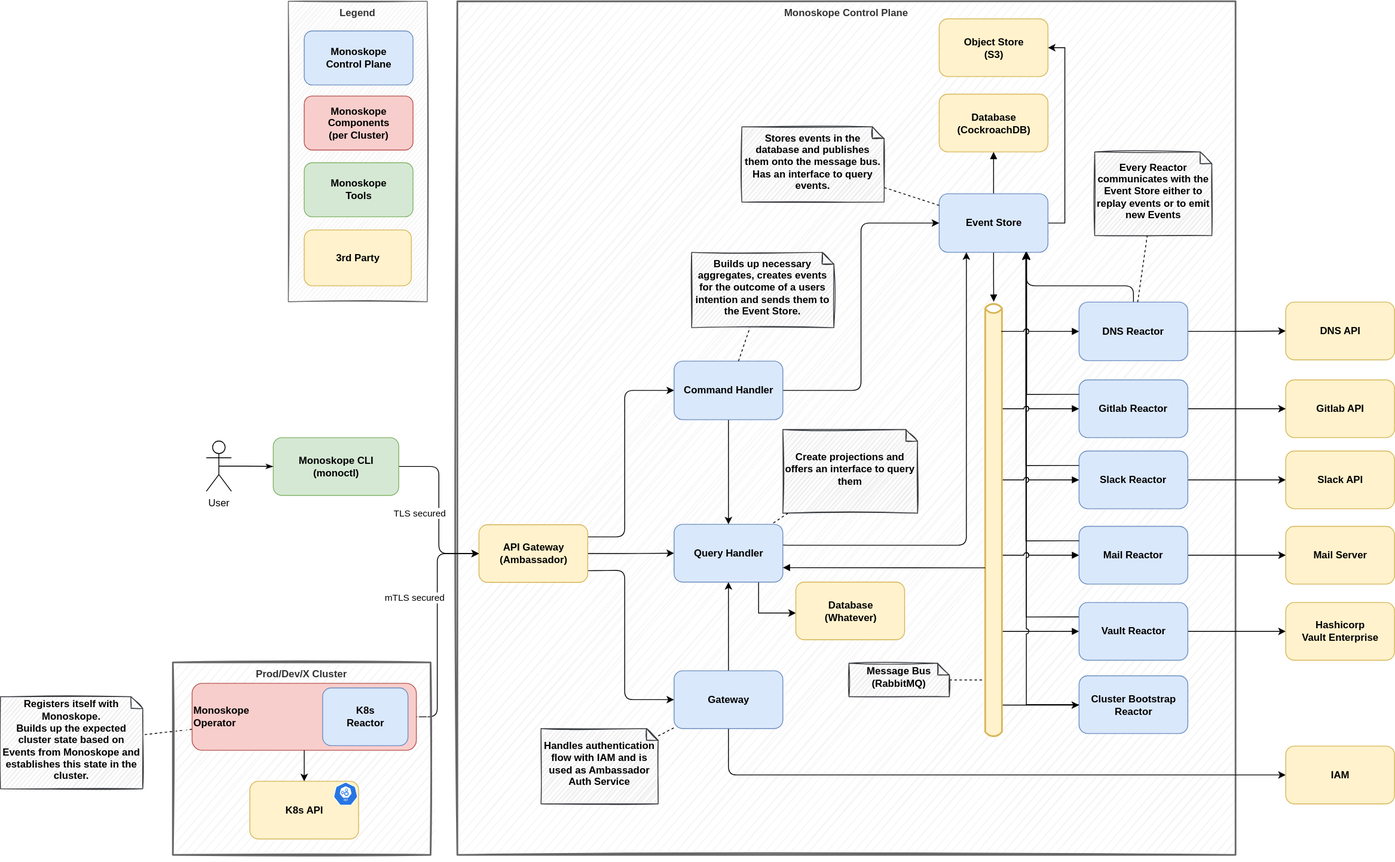
Above: docs/diagrams/00-monoskope-architecture.drawio.svg in finleap-connect/monoskope (draw.io), before the change. Source tidied: cells renumbered, new cells last; positions are measured from the earlier drawing's top-left corner, leaving out a move shared by most shapes.
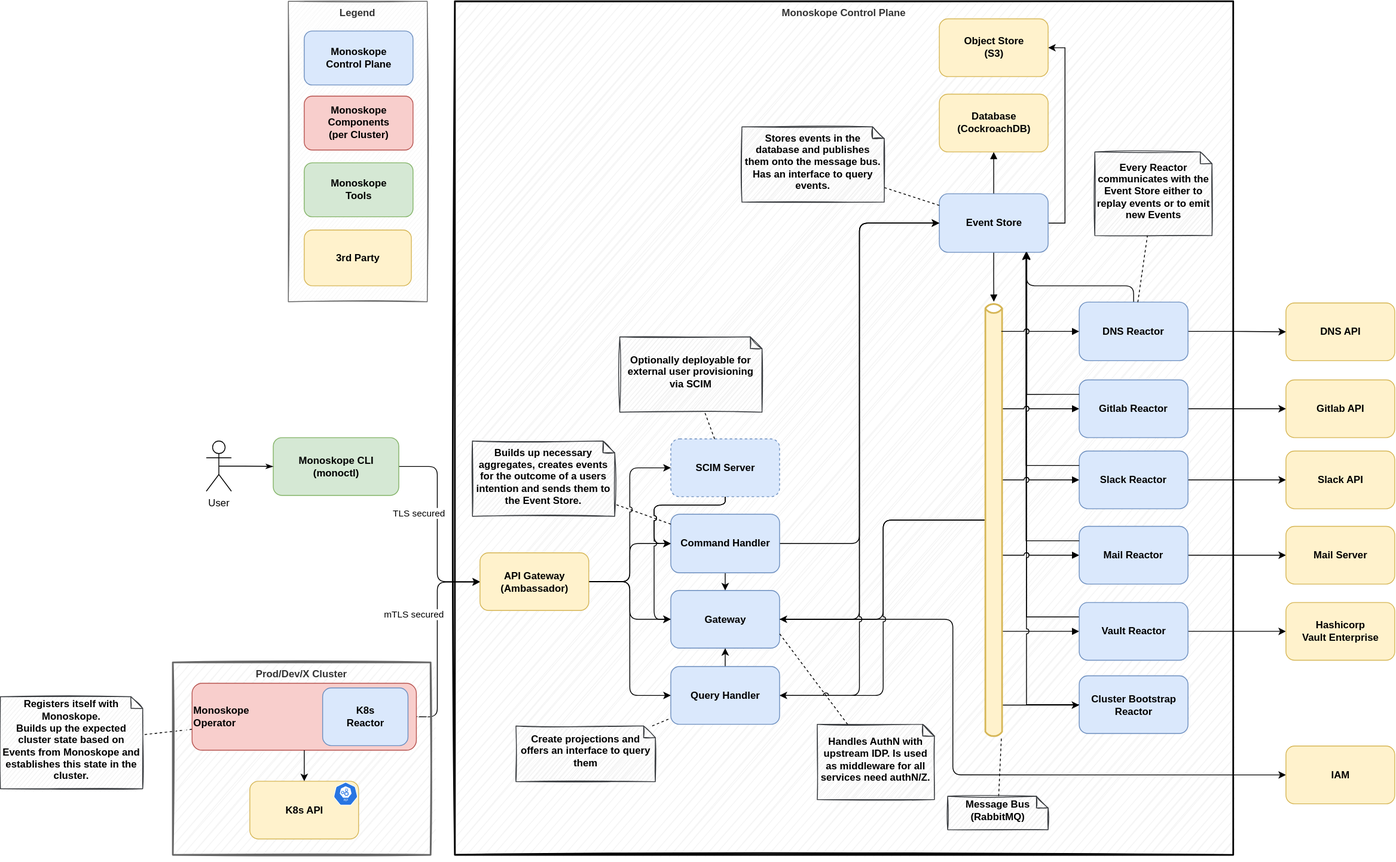
After the change.

Change to the diagram source:
```diff
@@ -2,27 +2,33 @@
   <root>
     <mxCell id="0" />
     <mxCell id="1" parent="0" />
-    <mxCell id="2" value="Monoskope Control Plane" style="rounded=0;whiteSpace=wrap;html=1;horizontal=1;verticalAlign=top;fontStyle=1;align=center;labelPosition=center;verticalLabelPosition=middle;strokeWidth=2;labelBackgroundColor=none;shadow=0;sketch=1;fillColor=#f5f5f5;strokeColor=#666666;fontColor=#333333;" parent="1" vertex="1">
-      <mxGeometry x="546" width="930" height="1020" as="geometry" />
+    <mxCell id="2" value="Monoskope Control Plane" style="rounded=0;whiteSpace=wrap;html=1;horizontal=1;verticalAlign=top;fontStyle=1;align=center;labelPosition=center;verticalLabelPosition=middle;strokeWidth=2;labelBackgroundColor=none;shadow=0;sketch=1;fillColor=#f5f5f5;strokeColor=default;fontColor=#333333;" parent="1" vertex="1">
+      <mxGeometry x="543" width="930" height="1020" as="geometry" />
     </mxCell>
     <mxCell id="3" style="edgeStyle=orthogonalEdgeStyle;jettySize=auto;html=1;entryX=0;entryY=0.5;entryDx=0;entryDy=0;" parent="1" edge="1" source="4" target="65">
-      <mxGeometry relative="1" as="geometry" />
+      <mxGeometry relative="1" as="geometry">
+        <Array as="points">
+          <mxPoint x="522" y="556" />
+          <mxPoint x="522" y="694" />
+        </Array>
+      </mxGeometry>
     </mxCell>
     <mxCell id="4" value="&lt;div&gt;Monoskope CLI&lt;/div&gt;&lt;div&gt;(monoctl)&lt;br&gt;&lt;/div&gt;" style="html=1;align=center;fillColor=#d5e8d4;strokeColor=#82b366;fontStyle=1;rounded=1;" parent="1" vertex="1">
       <mxGeometry x="326" y="521.4" width="150" height="69" as="geometry" />
     </mxCell>
+    <mxCell id="97" style="edgeStyle=orthogonalEdgeStyle;rounded=1;jumpStyle=arc;jettySize=auto;html=1;entryX=0;entryY=0.5;entryDx=0;entryDy=0;" parent="1" edge="1" source="7" target="12">
+      <mxGeometry relative="1" as="geometry" />
+    </mxCell>
-    <mxCell id="5" style="edgeStyle=orthogonalEdgeStyle;jettySize=auto;html=1;exitX=0.5;exitY=1;exitDx=0;exitDy=0;entryX=0;entryY=0.5;entryDx=0;entryDy=0;" parent="1" edge="1" source="7" target="30">
+    <mxCell id="5" style="edgeStyle=orthogonalEdgeStyle;rounded=1;jumpStyle=arc;jettySize=auto;html=1;entryX=0;entryY=0.5;entryDx=0;entryDy=0;" parent="1" edge="1" source="7" target="30">
       <mxGeometry relative="1" as="geometry">
         <Array as="points">
-          <mxPoint x="870" y="925" />
+          <mxPoint x="1138" y="739" />
+          <mxPoint x="1138" y="925" />
         </Array>
       </mxGeometry>
     </mxCell>
-    <mxCell id="6" style="edgeStyle=orthogonalEdgeStyle;rounded=0;jettySize=auto;html=1;entryX=0.5;entryY=1;entryDx=0;entryDy=0;" parent="1" edge="1" source="7" target="51">
-      <mxGeometry relative="1" as="geometry" />
-    </mxCell>
     <mxCell id="7" value="&lt;div&gt;Gateway&lt;/div&gt;" style="html=1;align=center;fillColor=#dae8fc;strokeColor=#6c8ebf;fontStyle=1;rounded=1;" parent="1" vertex="1">
-      <mxGeometry x="805" y="800" width="130" height="69" as="geometry" />
+      <mxGeometry x="801" y="704" width="130" height="69" as="geometry" />
     </mxCell>
     <mxCell id="8" style="edgeStyle=none;jettySize=auto;html=1;startArrow=none;startFill=0;endArrow=block;endFill=1;" parent="1" edge="1" source="12" target="52">
       <mxGeometry relative="1" as="geometry" />
@@ -93,9 +99,6 @@
     <mxCell id="24" style="jettySize=auto;html=1;startArrow=none;startFill=0;endArrow=none;endFill=0;dashed=1;" parent="1" edge="1" source="25" target="40">
       <mxGeometry relative="1" as="geometry" />
     </mxCell>
-    <mxCell id="25" value="Message Bus&lt;br&gt;&lt;div&gt;(RabbitMQ)&lt;/div&gt;" style="shape=note;whiteSpace=wrap;html=1;size=14;verticalAlign=middle;align=center;spacingTop=-6;rounded=1;fillColor=#eeeeee;strokeColor=#36393d;fontStyle=1;sketch=1;" parent="1" vertex="1">
-      <mxGeometry x="1014" y="791" width="120" height="40" as="geometry" />
-    </mxCell>
     <mxCell id="26" value="Gitlab API" style="html=1;align=center;fillColor=#fff2cc;strokeColor=#d6b656;fontStyle=1;rounded=1;" parent="1" vertex="1">
       <mxGeometry x="1536" y="452.4" width="130" height="69" as="geometry" />
     </mxCell>
@@ -143,19 +146,25 @@
         </Array>
       </mxGeometry>
     </mxCell>
+    <mxCell id="98" style="edgeStyle=orthogonalEdgeStyle;rounded=1;jumpStyle=arc;jettySize=auto;html=1;" parent="1" edge="1" source="40" target="51">
+      <mxGeometry relative="1" as="geometry" />
+    </mxCell>
+    <mxCell id="99" style="edgeStyle=orthogonalEdgeStyle;rounded=1;jumpStyle=arc;jettySize=auto;html=1;" parent="1" edge="1" source="40" target="7">
+      <mxGeometry relative="1" as="geometry" />
+    </mxCell>
     <mxCell id="40" style="html=1;outlineConnect=0;gradientDirection=north;strokeWidth=2;shape=mxgraph.networks.bus;gradientDirection=north;perimeter=backbonePerimeter;backboneSize=20;rotation=-90;fillColor=#fff2cc;shadow=0;strokeColor=#d6b656;rounded=1;" parent="1" vertex="1">
       <mxGeometry x="926" y="611.7" width="521.7" height="16.5" as="geometry" />
     </mxCell>
     <mxCell id="41" value="DNS API" style="html=1;align=center;fillColor=#fff2cc;strokeColor=#d6b656;fontStyle=1;rounded=1;" parent="1" vertex="1">
-      <mxGeometry x="1536" y="359.5" width="130" height="69" as="geometry" />
+      <mxGeometry x="1536" y="360.5" width="130" height="69" as="geometry" />
     </mxCell>
     <mxCell id="42" style="edgeStyle=orthogonalEdgeStyle;jettySize=auto;html=1;entryX=0;entryY=0.5;entryDx=0;entryDy=0;startArrow=none;startFill=0;endArrow=classic;endFill=1;exitX=1;exitY=0.5;exitDx=0;exitDy=0;" parent="1" edge="1" source="46" target="41">
       <mxGeometry relative="1" as="geometry" />
     </mxCell>
-    <mxCell id="43" value="Handles authentication flow with IAM and is used as Ambassador Auth Service" style="shape=note;whiteSpace=wrap;html=1;size=14;verticalAlign=middle;align=center;spacingTop=-6;rounded=1;fontStyle=1;fillColor=#eeeeee;strokeColor=#36393d;sketch=1;" parent="1" vertex="1">
-      <mxGeometry x="646" y="869" width="140" height="90" as="geometry" />
+    <mxCell id="43" value="Handles AuthN with upstream IDP. Is used as middleware for all services need authN/Z." style="shape=note;whiteSpace=wrap;html=1;size=14;verticalAlign=middle;align=center;spacingTop=-6;rounded=1;fontStyle=1;fillColor=#eeeeee;strokeColor=#36393d;sketch=1;" parent="1" vertex="1">
+      <mxGeometry x="976" y="864" width="140" height="90" as="geometry" />
     </mxCell>
-    <mxCell id="44" style="jettySize=auto;html=1;endArrow=none;endFill=0;dashed=1;" parent="1" edge="1" source="43" target="7">
+    <mxCell id="44" style="jettySize=auto;html=1;endArrow=none;endFill=0;dashed=1;entryX=1;entryY=0.75;entryDx=0;entryDy=0;" parent="1" edge="1" source="43" target="7">
       <mxGeometry relative="1" as="geometry" />
     </mxCell>
     <mxCell id="45" style="edgeStyle=orthogonalEdgeStyle;jettySize=auto;html=1;startArrow=none;startFill=0;" parent="1" edge="1" source="46" target="12">
@@ -175,44 +184,35 @@
     <mxCell id="48" style="jettySize=auto;html=1;endArrow=none;endFill=0;dashed=1;" parent="1" edge="1" source="46" target="47">
       <mxGeometry relative="1" as="geometry" />
     </mxCell>
+    <mxCell id="100" style="edgeStyle=orthogonalEdgeStyle;rounded=1;jumpStyle=arc;jettySize=auto;html=1;" parent="1" edge="1" source="51" target="7">
+      <mxGeometry relative="1" as="geometry" />
+    </mxCell>
-    <mxCell id="49" style="edgeStyle=orthogonalEdgeStyle;jettySize=auto;html=1;exitX=0.994;exitY=0.345;exitDx=0;exitDy=0;entryX=0.25;entryY=1;entryDx=0;entryDy=0;exitPerimeter=0;" parent="1" edge="1" source="51" target="12">
-      <mxGeometry relative="1" as="geometry">
-        <Array as="points">
-          <mxPoint x="934" y="650" />
-          <mxPoint x="1154" y="650" />
-        </Array>
-      </mxGeometry>
+    <mxCell id="49" style="edgeStyle=orthogonalEdgeStyle;rounded=1;jumpStyle=arc;jettySize=auto;html=1;entryX=0;entryY=0.5;entryDx=0;entryDy=0;" parent="1" edge="1" source="51" target="12">
+      <mxGeometry relative="1" as="geometry" />
     </mxCell>
-    <mxCell id="50" style="edgeStyle=orthogonalEdgeStyle;rounded=0;jettySize=auto;html=1;" parent="1" edge="1" source="51" target="96">
-      <mxGeometry relative="1" as="geometry">
-        <Array as="points">
-          <mxPoint x="906" y="731" />
-        </Array>
-      </mxGeometry>
-    </mxCell>
     <mxCell id="51" value="Query Handler" style="html=1;align=center;fillColor=#dae8fc;strokeColor=#6c8ebf;fontStyle=1;rounded=1;" parent="1" vertex="1">
-      <mxGeometry x="805" y="625" width="130" height="69" as="geometry" />
+      <mxGeometry x="801" y="795" width="130" height="69" as="geometry" />
     </mxCell>
     <mxCell id="52" value="Database&lt;br&gt;(CockroachDB)" style="html=1;align=center;fillColor=#fff2cc;strokeColor=#d6b656;fontStyle=1;rounded=1;" parent="1" vertex="1">
       <mxGeometry x="1121.8" y="111" width="130" height="69" as="geometry" />
     </mxCell>
     <mxCell id="53" value="Create projections and offers an interface to query them" style="shape=note;whiteSpace=wrap;html=1;size=14;verticalAlign=middle;align=center;spacingTop=-6;rounded=1;fillColor=#eeeeee;strokeColor=#36393d;fontStyle=1;sketch=1;" parent="1" vertex="1">
-      <mxGeometry x="935" y="511.7" width="161" height="100" as="geometry" />
+      <mxGeometry x="616" y="866" width="166.5" height="66.6" as="geometry" />
     </mxCell>
     <mxCell id="54" style="jettySize=auto;html=1;endArrow=none;endFill=0;dashed=1;" parent="1" edge="1" source="53" target="51">
       <mxGeometry relative="1" as="geometry" />
     </mxCell>
-    <mxCell id="55" style="edgeStyle=orthogonalEdgeStyle;jettySize=auto;html=1;entryX=0.5;entryY=0;entryDx=0;entryDy=0;" parent="1" edge="1" source="57" target="51">
-      <mxGeometry relative="1" as="geometry" />
-    </mxCell>
+    <mxCell id="101" style="edgeStyle=orthogonalEdgeStyle;rounded=1;jumpStyle=arc;jettySize=auto;html=1;entryX=0.5;entryY=0;entryDx=0;entryDy=0;" parent="1" edge="1" source="57" target="7">
+      <mxGeometry relative="1" as="geometry" />
+    </mxCell>
-    <mxCell id="56" style="edgeStyle=orthogonalEdgeStyle;jettySize=auto;html=1;entryX=0;entryY=0.5;entryDx=0;entryDy=0;" parent="1" edge="1" source="57" target="12">
+    <mxCell id="56" style="edgeStyle=orthogonalEdgeStyle;rounded=1;jumpStyle=arc;jettySize=auto;html=1;entryX=0;entryY=0.5;entryDx=0;entryDy=0;" parent="1" edge="1" source="57" target="12">
       <mxGeometry relative="1" as="geometry" />
     </mxCell>
     <mxCell id="57" value="Command Handler" style="html=1;align=center;fillColor=#dae8fc;strokeColor=#6c8ebf;fontStyle=1;rounded=1;" parent="1" vertex="1">
-      <mxGeometry x="805" y="430" width="130" height="70" as="geometry" />
+      <mxGeometry x="801" y="613" width="130" height="70" as="geometry" />
     </mxCell>
     <mxCell id="58" value="Builds up necessary aggregates, creates events for the outcome of a users intention and sends them to the Event Store." style="shape=note;whiteSpace=wrap;html=1;size=14;verticalAlign=middle;align=center;spacingTop=-6;rounded=1;fillColor=#eeeeee;strokeColor=#36393d;fontStyle=1;sketch=1;" parent="1" vertex="1">
-      <mxGeometry x="826" y="300" width="170" height="90" as="geometry" />
+      <mxGeometry x="564" y="525.5" width="170" height="90" as="geometry" />
     </mxCell>
     <mxCell id="59" style="jettySize=auto;html=1;endArrow=none;endFill=0;dashed=1;" parent="1" edge="1" source="57" target="58">
       <mxGeometry relative="1" as="geometry" />
@@ -223,36 +223,21 @@
     <mxCell id="61" style="jettySize=auto;html=1;endArrow=none;endFill=0;dashed=1;" parent="1" edge="1" source="12" target="60">
       <mxGeometry relative="1" as="geometry" />
     </mxCell>
+    <mxCell id="102" style="edgeStyle=orthogonalEdgeStyle;rounded=1;jumpStyle=arc;jettySize=auto;html=1;entryX=0;entryY=0.5;entryDx=0;entryDy=0;" parent="1" edge="1" source="65" target="105">
+      <mxGeometry relative="1" as="geometry" />
+    </mxCell>
+    <mxCell id="64" style="edgeStyle=orthogonalEdgeStyle;rounded=1;jumpStyle=arc;jettySize=auto;html=1;entryX=0;entryY=0.5;entryDx=0;entryDy=0;" parent="1" edge="1" source="65" target="51">
+      <mxGeometry relative="1" as="geometry" />
+    </mxCell>
-    <mxCell id="62" style="edgeStyle=orthogonalEdgeStyle;jettySize=auto;html=1;entryX=0;entryY=0.5;entryDx=0;entryDy=0;" parent="1" edge="1" source="65" target="57">
-      <mxGeometry relative="1" as="geometry">
-        <Array as="points">
-          <mxPoint x="746" y="640" />
-          <mxPoint x="746" y="465" />
-        </Array>
-      </mxGeometry>
+    <mxCell id="62" style="edgeStyle=orthogonalEdgeStyle;rounded=1;jumpStyle=arc;jettySize=auto;html=1;" parent="1" edge="1" source="65" target="57">
+      <mxGeometry relative="1" as="geometry" />
     </mxCell>
-    <mxCell id="63" style="edgeStyle=orthogonalEdgeStyle;jettySize=auto;html=1;exitX=0.991;exitY=0.797;exitDx=0;exitDy=0;exitPerimeter=0;" parent="1" edge="1" source="65" target="7">
-      <mxGeometry relative="1" as="geometry">
-        <Array as="points">
-          <mxPoint x="702" y="680" />
-          <mxPoint x="746" y="680" />
-          <mxPoint x="746" y="835" />
-        </Array>
-      </mxGeometry>
+    <mxCell id="63" style="edgeStyle=orthogonalEdgeStyle;rounded=1;jumpStyle=arc;jettySize=auto;html=1;" parent="1" edge="1" source="65" target="7">
+      <mxGeometry relative="1" as="geometry" />
     </mxCell>
-    <mxCell id="64" style="edgeStyle=orthogonalEdgeStyle;jettySize=auto;html=1;entryX=0;entryY=0.5;entryDx=0;entryDy=0;" parent="1" edge="1" source="65" target="51">
-      <mxGeometry relative="1" as="geometry" />
-    </mxCell>
     <mxCell id="65" value="&lt;div&gt;API Gateway&lt;/div&gt;&lt;div&gt;(Ambassador)&lt;/div&gt;" style="html=1;align=center;fillColor=#fff2cc;strokeColor=#d6b656;fontStyle=1;rounded=1;" parent="1" vertex="1">
-      <mxGeometry x="571.8" y="625.4" width="130" height="69" as="geometry" />
+      <mxGeometry x="573" y="659" width="130" height="69" as="geometry" />
     </mxCell>
-    <mxCell id="66" style="jettySize=auto;html=1;startArrow=block;startFill=1;endArrow=none;endFill=0;exitX=1;exitY=0.75;exitDx=0;exitDy=0;jumpStyle=arc;" parent="1" edge="1" source="51" target="40">
-      <mxGeometry relative="1" as="geometry">
-        <Array as="points">
-          <mxPoint x="1056" y="677" />
-        </Array>
-      </mxGeometry>
-    </mxCell>
     <mxCell id="67" value="&lt;div&gt;Registers itself with Monoskope.&lt;/div&gt;&lt;div&gt;Builds up the expected cluster state based on Events from Monoskope and establishes this state in the cluster.&lt;br&gt;&lt;/div&gt;" style="shape=note;whiteSpace=wrap;html=1;size=14;verticalAlign=middle;align=center;spacingTop=-6;rounded=1;fontStyle=1;labelBorderColor=none;labelBackgroundColor=none;fillColor=#eeeeee;strokeColor=#36393d;sketch=1;" parent="1" vertex="1">
       <mxGeometry y="831" width="170" height="110" as="geometry" />
     </mxCell>
@@ -284,7 +269,8 @@
       <mxGeometry relative="1" as="geometry">
         <Array as="points">
           <mxPoint x="522" y="855" />
-          <mxPoint x="522" y="660" />
+          <mxPoint x="522" y="694" />
+          <mxPoint x="573" y="694" />
         </Array>
       </mxGeometry>
     </mxCell>
@@ -347,8 +333,35 @@
     <mxCell id="95" style="edgeStyle=orthogonalEdgeStyle;jettySize=auto;html=1;" parent="87" edge="1" source="93" target="90">
       <mxGeometry relative="1" as="geometry" />
     </mxCell>
-    <mxCell id="96" value="Database&lt;br&gt;(Whatever)" style="html=1;align=center;fillColor=#fff2cc;strokeColor=#d6b656;fontStyle=1;rounded=1;" parent="1" vertex="1">
-      <mxGeometry x="950.5" y="694" width="130" height="69" as="geometry" />
-    </mxCell>
+    <mxCell id="103" style="edgeStyle=orthogonalEdgeStyle;rounded=1;jumpStyle=arc;jettySize=auto;html=1;entryX=0;entryY=0.5;entryDx=0;entryDy=0;" parent="1" edge="1" source="105" target="57">
+      <mxGeometry relative="1" as="geometry">
+        <Array as="points">
+          <mxPoint x="866" y="602" />
+          <mxPoint x="781" y="602" />
+          <mxPoint x="781" y="648" />
+        </Array>
+      </mxGeometry>
+    </mxCell>
+    <mxCell id="104" style="edgeStyle=orthogonalEdgeStyle;rounded=1;jumpStyle=arc;jettySize=auto;html=1;entryX=0;entryY=0.5;entryDx=0;entryDy=0;" parent="1" edge="1" source="105" target="7">
+      <mxGeometry relative="1" as="geometry">
+        <Array as="points">
+          <mxPoint x="866" y="602" />
+          <mxPoint x="781" y="602" />
+          <mxPoint x="781" y="739" />
+        </Array>
+      </mxGeometry>
+    </mxCell>
+    <mxCell id="105" value="SCIM Server" style="html=1;align=center;fillColor=#dae8fc;strokeColor=#6c8ebf;fontStyle=1;rounded=1;dashed=1;" parent="1" vertex="1">
+      <mxGeometry x="801" y="523" width="130" height="69" as="geometry" />
+    </mxCell>
+    <mxCell id="25" value="Message Bus&lt;br&gt;&lt;div&gt;(RabbitMQ)&lt;/div&gt;" style="shape=note;whiteSpace=wrap;html=1;size=14;verticalAlign=middle;align=center;spacingTop=-6;rounded=1;fillColor=#eeeeee;strokeColor=#36393d;fontStyle=1;sketch=1;" parent="1" vertex="1">
+      <mxGeometry x="1131.8" y="950" width="120" height="40" as="geometry" />
+    </mxCell>
+    <mxCell id="106" value="Optionally deployable for external user provisioning via SCIM" style="shape=note;whiteSpace=wrap;html=1;size=14;verticalAlign=middle;align=center;spacingTop=-6;rounded=1;fillColor=#eeeeee;strokeColor=#36393d;fontStyle=1;sketch=1;" parent="1" vertex="1">
+      <mxGeometry x="740" y="401" width="170" height="90" as="geometry" />
+    </mxCell>
+    <mxCell id="107" style="jettySize=auto;html=1;endArrow=none;endFill=0;dashed=1;" parent="1" edge="1" source="105" target="106">
+      <mxGeometry relative="1" as="geometry" />
+    </mxCell>
   </root>
 </mxGraphModel>
```
